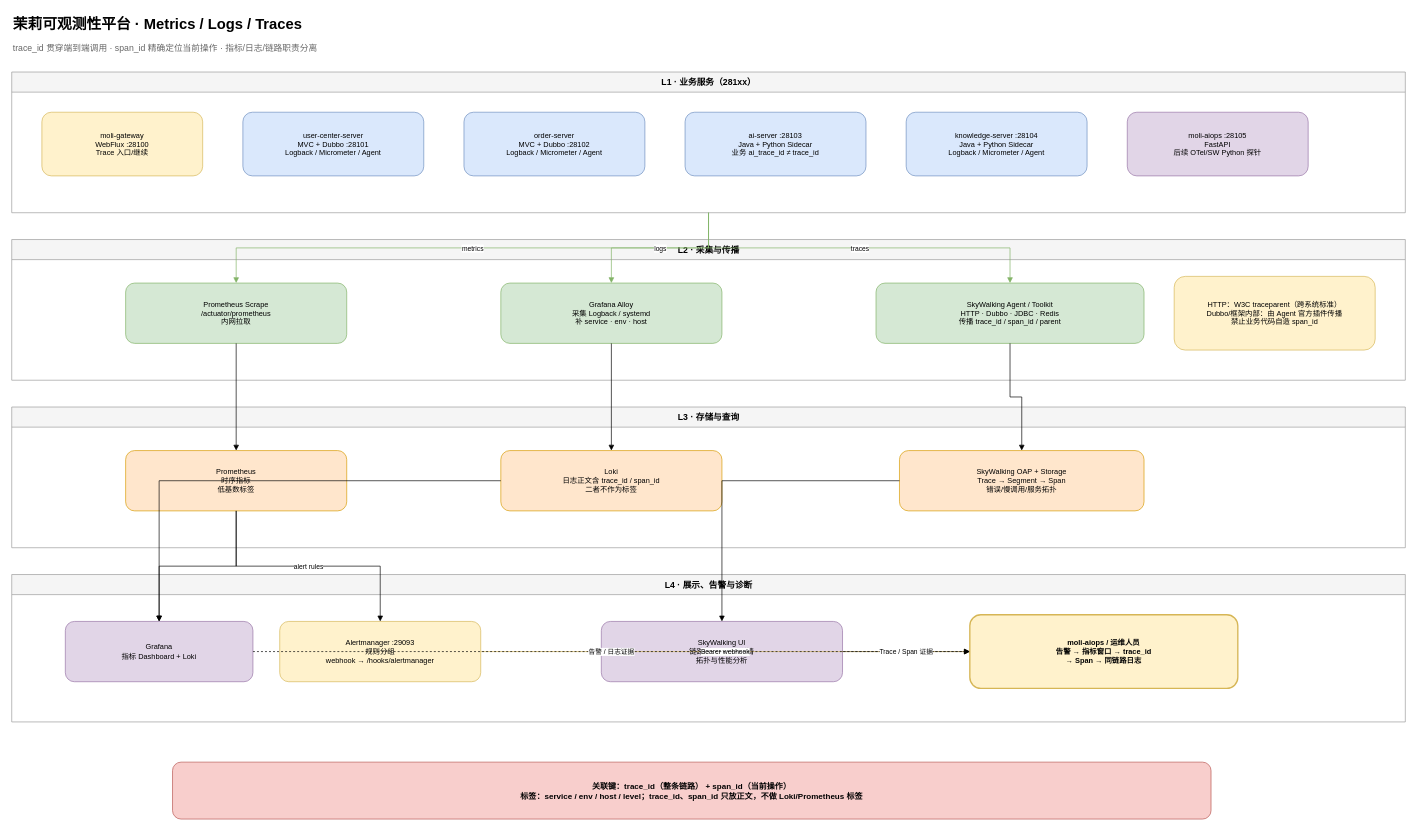
Above: docs/diagrams/moli-observability-platform.drawio in wujinsen/moli-project-distribute (draw.io), before the change. Source tidied: cells renumbered, new cells numbered last; positions are measured from the earlier drawing's top-left corner, leaving out a move shared by most shapes. Both pictures are drawn from the tidied source at 67%, with x=0, y=0 at pixel (11, 11).
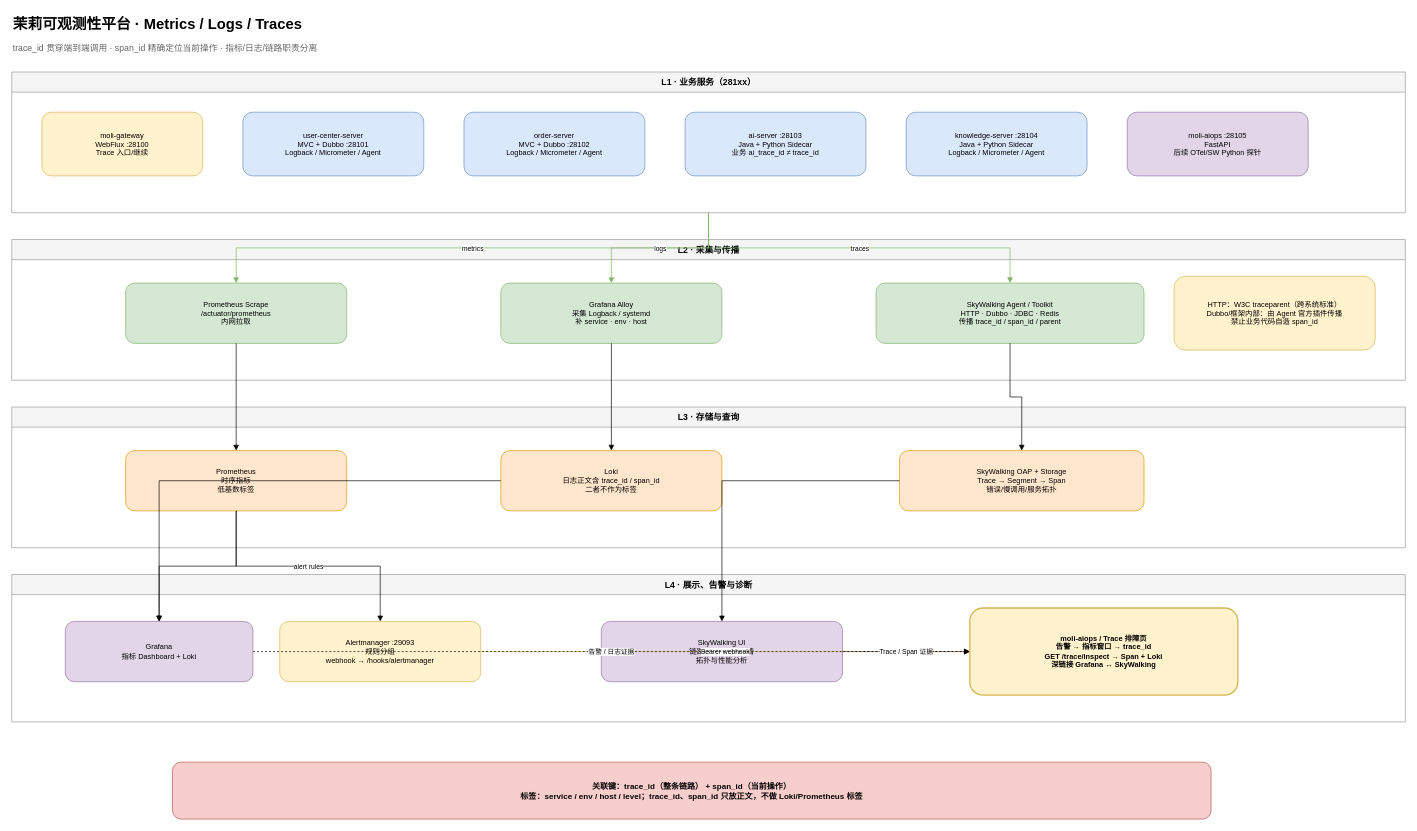
Above is the later version.

The change refers to these unchanged cells:
```xml
<mxCell id="20" value="L4 · 展示、告警与诊断" style="swimlane;html=1;startSize=30;fontSize=13;fontStyle=1;fillColor=#f5f5f5;strokeColor=#999999;horizontal=1;" parent="1" vertex="1">
  <mxGeometry y="840" width="2080" height="220" as="geometry" />
</mxCell>
```

Change to the diagram source:
```diff
@@
-    <mxCell id="24" value="moli-aiops / 运维人员&#10;告警 → 指标窗口 → trace_id&#10;→ Span → 同链路日志" style="rounded=1;whiteSpace=wrap;html=1;fontSize=11;fontStyle=1;fillColor=#fff2cc;strokeColor=#d6b656;strokeWidth=2;" parent="20" vertex="1">
-      <mxGeometry x="1430" y="60" width="400" height="110" as="geometry" />
+    <mxCell id="24" value="moli-aiops / Trace 排障页&#10;告警 → 指标窗口 → trace_id&#10;GET /trace/inspect → Span + Loki&#10;深链接 Grafana ↔ SkyWalking" style="rounded=1;whiteSpace=wrap;html=1;fontSize=11;fontStyle=1;fillColor=#fff2cc;strokeColor=#d6b656;strokeWidth=2;" parent="20" vertex="1">
+      <mxGeometry x="1430" y="50" width="400" height="130" as="geometry" />
     </mxCell>
```
